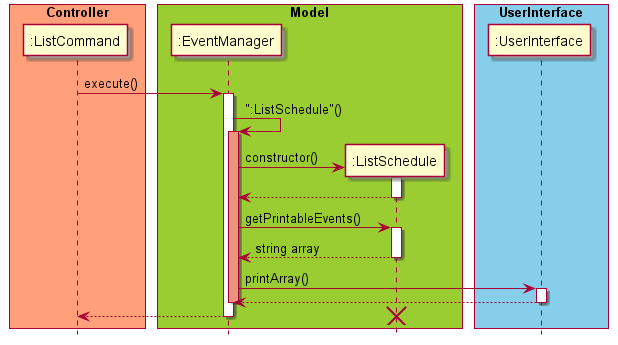
Above: docs/diagram/ListEvent.png in untitle4/tp (PlantUML), before the change.
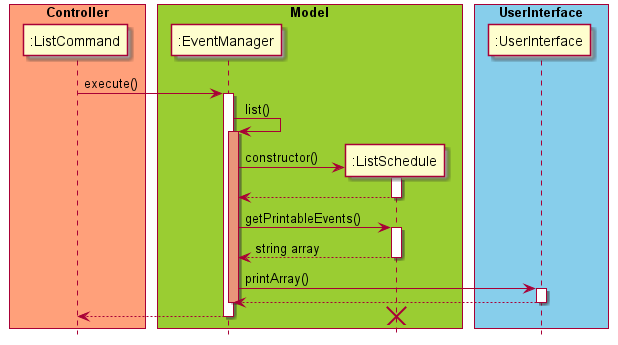
Above is the later version.

Diff of the diagram source:
```diff
@@ -19,7 +19,7 @@
 
 ":ListCommand" -> ":EventManager" : execute()
 activate ":EventManager"
-":EventManager" -> ":EventManager" : ":ListSchedule"()
+":EventManager" -> ":EventManager" : list()
 activate ":EventManager" #DarkSalmon
 ":EventManager" -> ":ListSchedule" ** : constructor()
 activate ":ListSchedule"
```
